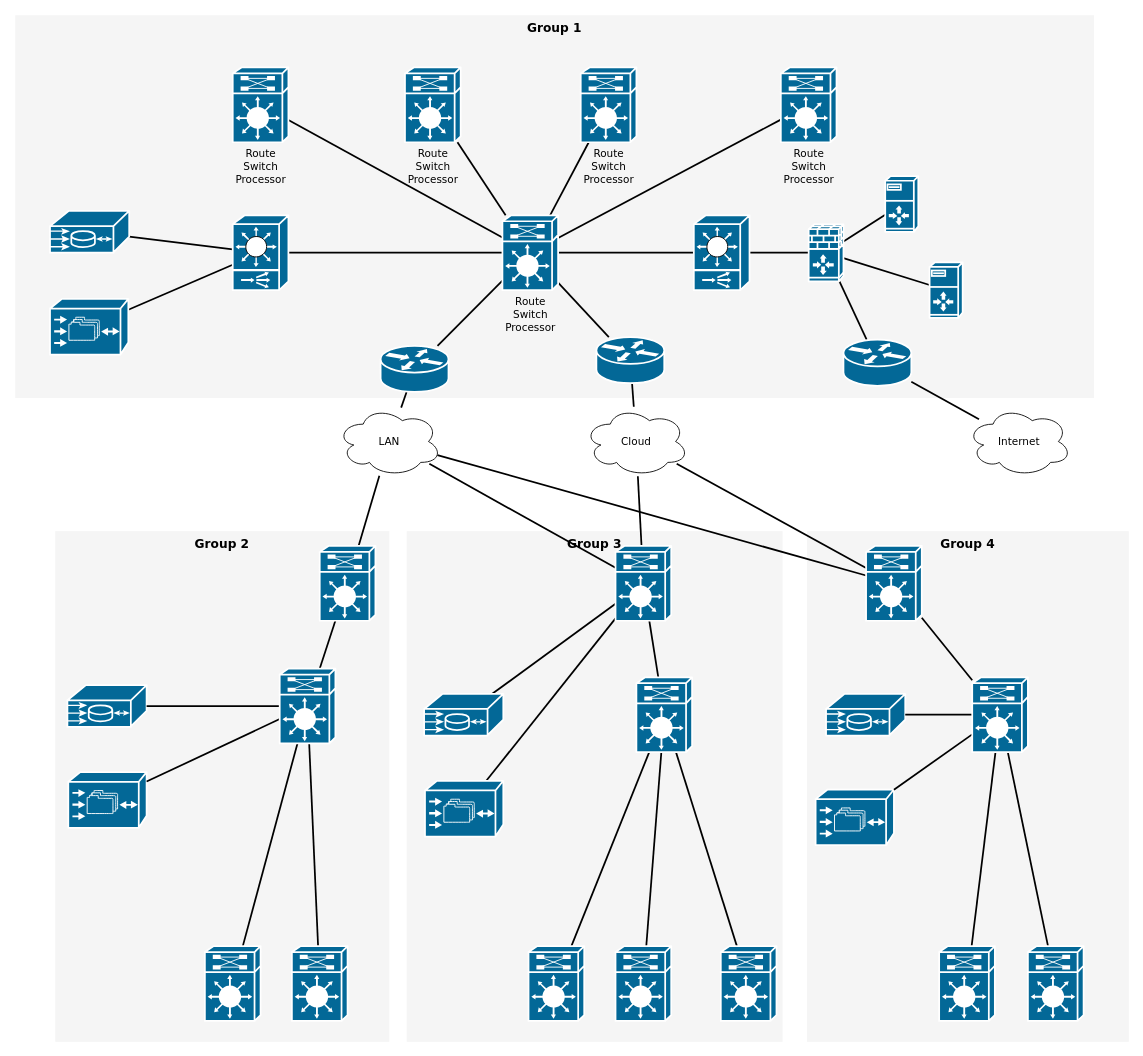
The draw.io diagram frontend/Diagramme sans nom.drawio in Steph3146/2022-09-JS-TLSE-MakeSense, before the edit. Source tidied: cells renumbered, new cells numbered last; positions are measured from the earlier drawing's top-left corner, leaving out a move shared by most shapes. Both pictures are drawn from the tidied source at 87%, with x=0, y=0 at pixel (15, 15).
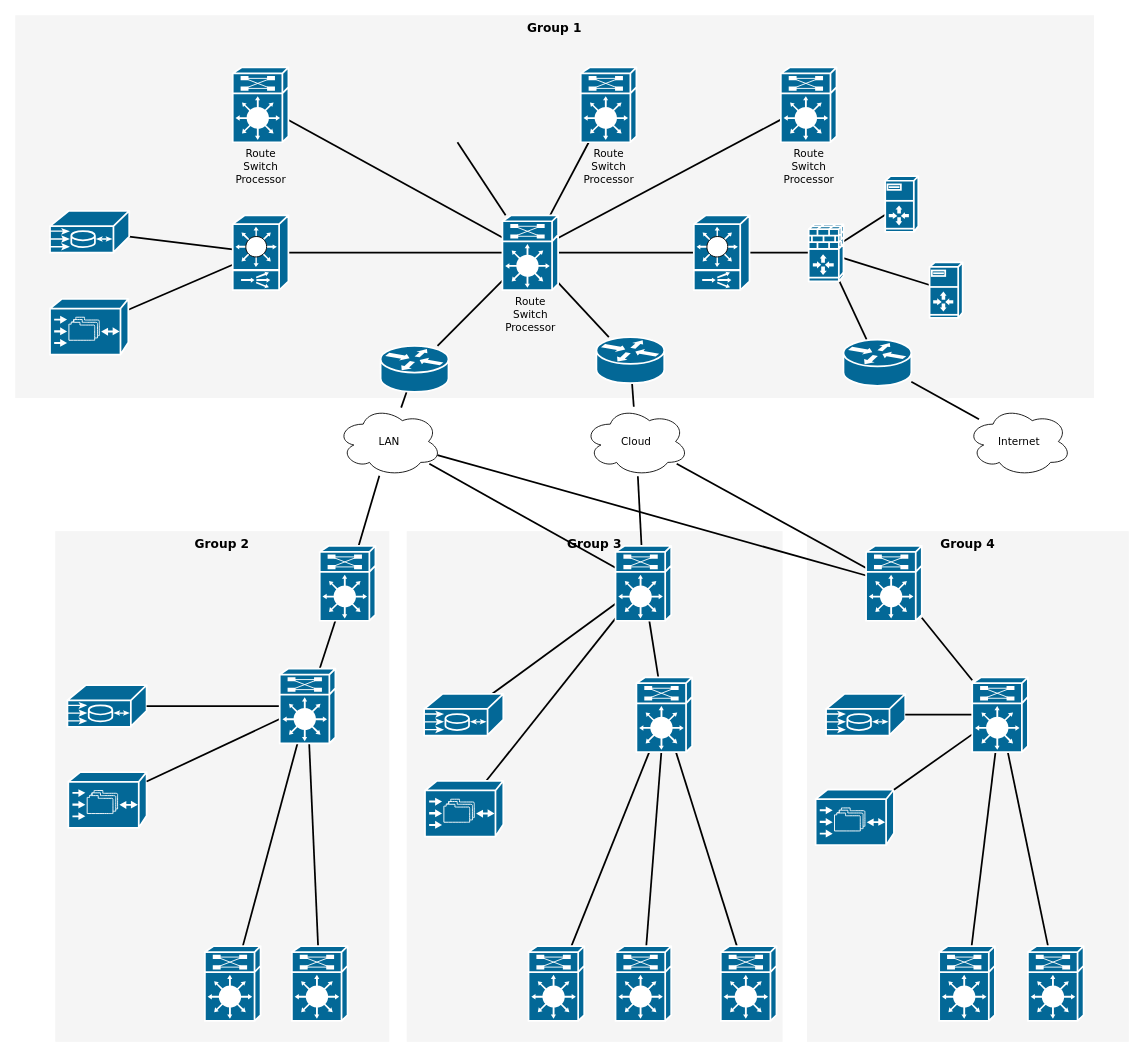
Above is the later version.

Commit message (it also covers changes not shown here):
Mettre à jour Diagramme sans nom.drawio

Unchanged cells that the change refers to:
```xml
<mxCell id="18" value="Route&lt;div&gt;Switch&lt;/div&gt;&lt;div&gt;Processor&lt;/div&gt;" style="shape=mxgraph.cisco.misc.route_switch_processor;html=1;dashed=0;fillColor=#036897;strokeColor=#ffffff;strokeWidth=2;verticalLabelPosition=bottom;verticalAlign=top;rounded=0;shadow=0;comic=0;fontFamily=Verdana;fontSize=12;" parent="1" vertex="1">
  <mxGeometry x="560" y="230" width="64" height="86" as="geometry" />
</mxCell>
```

Diff of the diagram source:
```diff
@@
-    <mxCell id="8" style="edgeStyle=none;html=1;labelBackgroundColor=none;startFill=0;endArrow=none;endFill=0;strokeWidth=2;fontFamily=Verdana;fontSize=12;" parent="1" edge="1" source="9" target="18">
-      <mxGeometry relative="1" as="geometry" />
+    <mxCell id="8" style="edgeStyle=none;html=1;labelBackgroundColor=none;startFill=0;endArrow=none;endFill=0;strokeWidth=2;fontFamily=Verdana;fontSize=12;" parent="1" edge="1" target="18">
+      <mxGeometry relative="1" as="geometry">
+        <mxPoint x="508.3" y="146" as="sourcePoint" />
+      </mxGeometry>
     </mxCell>
-    <mxCell id="9" value="Route&lt;div&gt;Switch&lt;/div&gt;&lt;div&gt;Processor&lt;/div&gt;" style="shape=mxgraph.cisco.misc.route_switch_processor;html=1;dashed=0;fillColor=#036897;strokeColor=#ffffff;strokeWidth=2;verticalLabelPosition=bottom;verticalAlign=top;rounded=0;shadow=0;comic=0;fontFamily=Verdana;fontSize=12;" parent="1" vertex="1">
-      <mxGeometry x="448" y="60" width="64" height="86" as="geometry" />
-    </mxCell>
```
